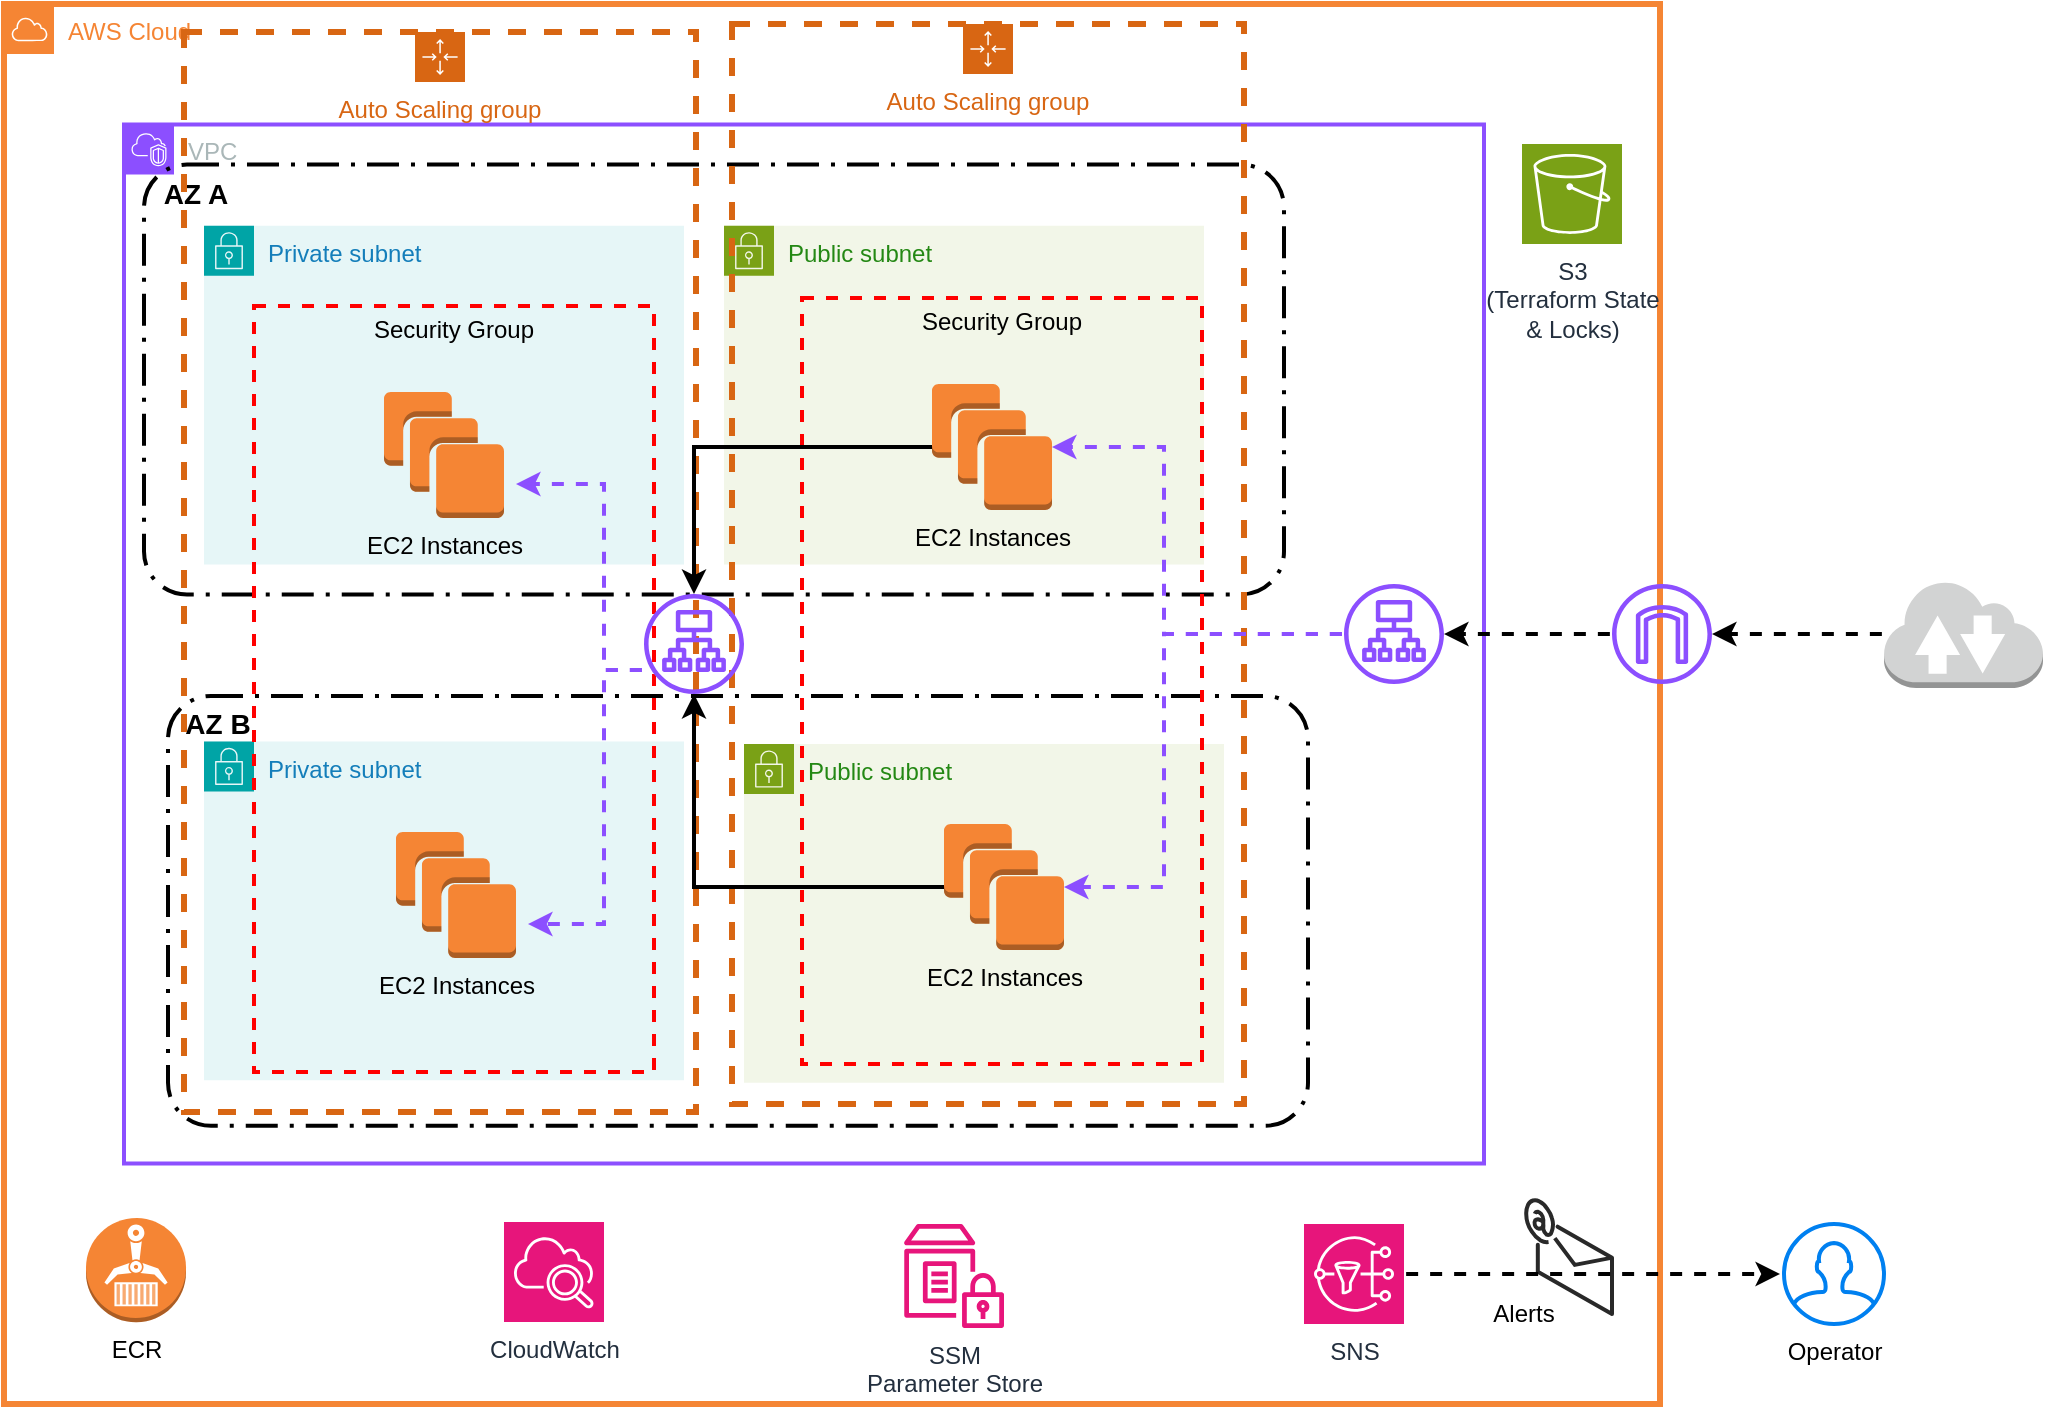
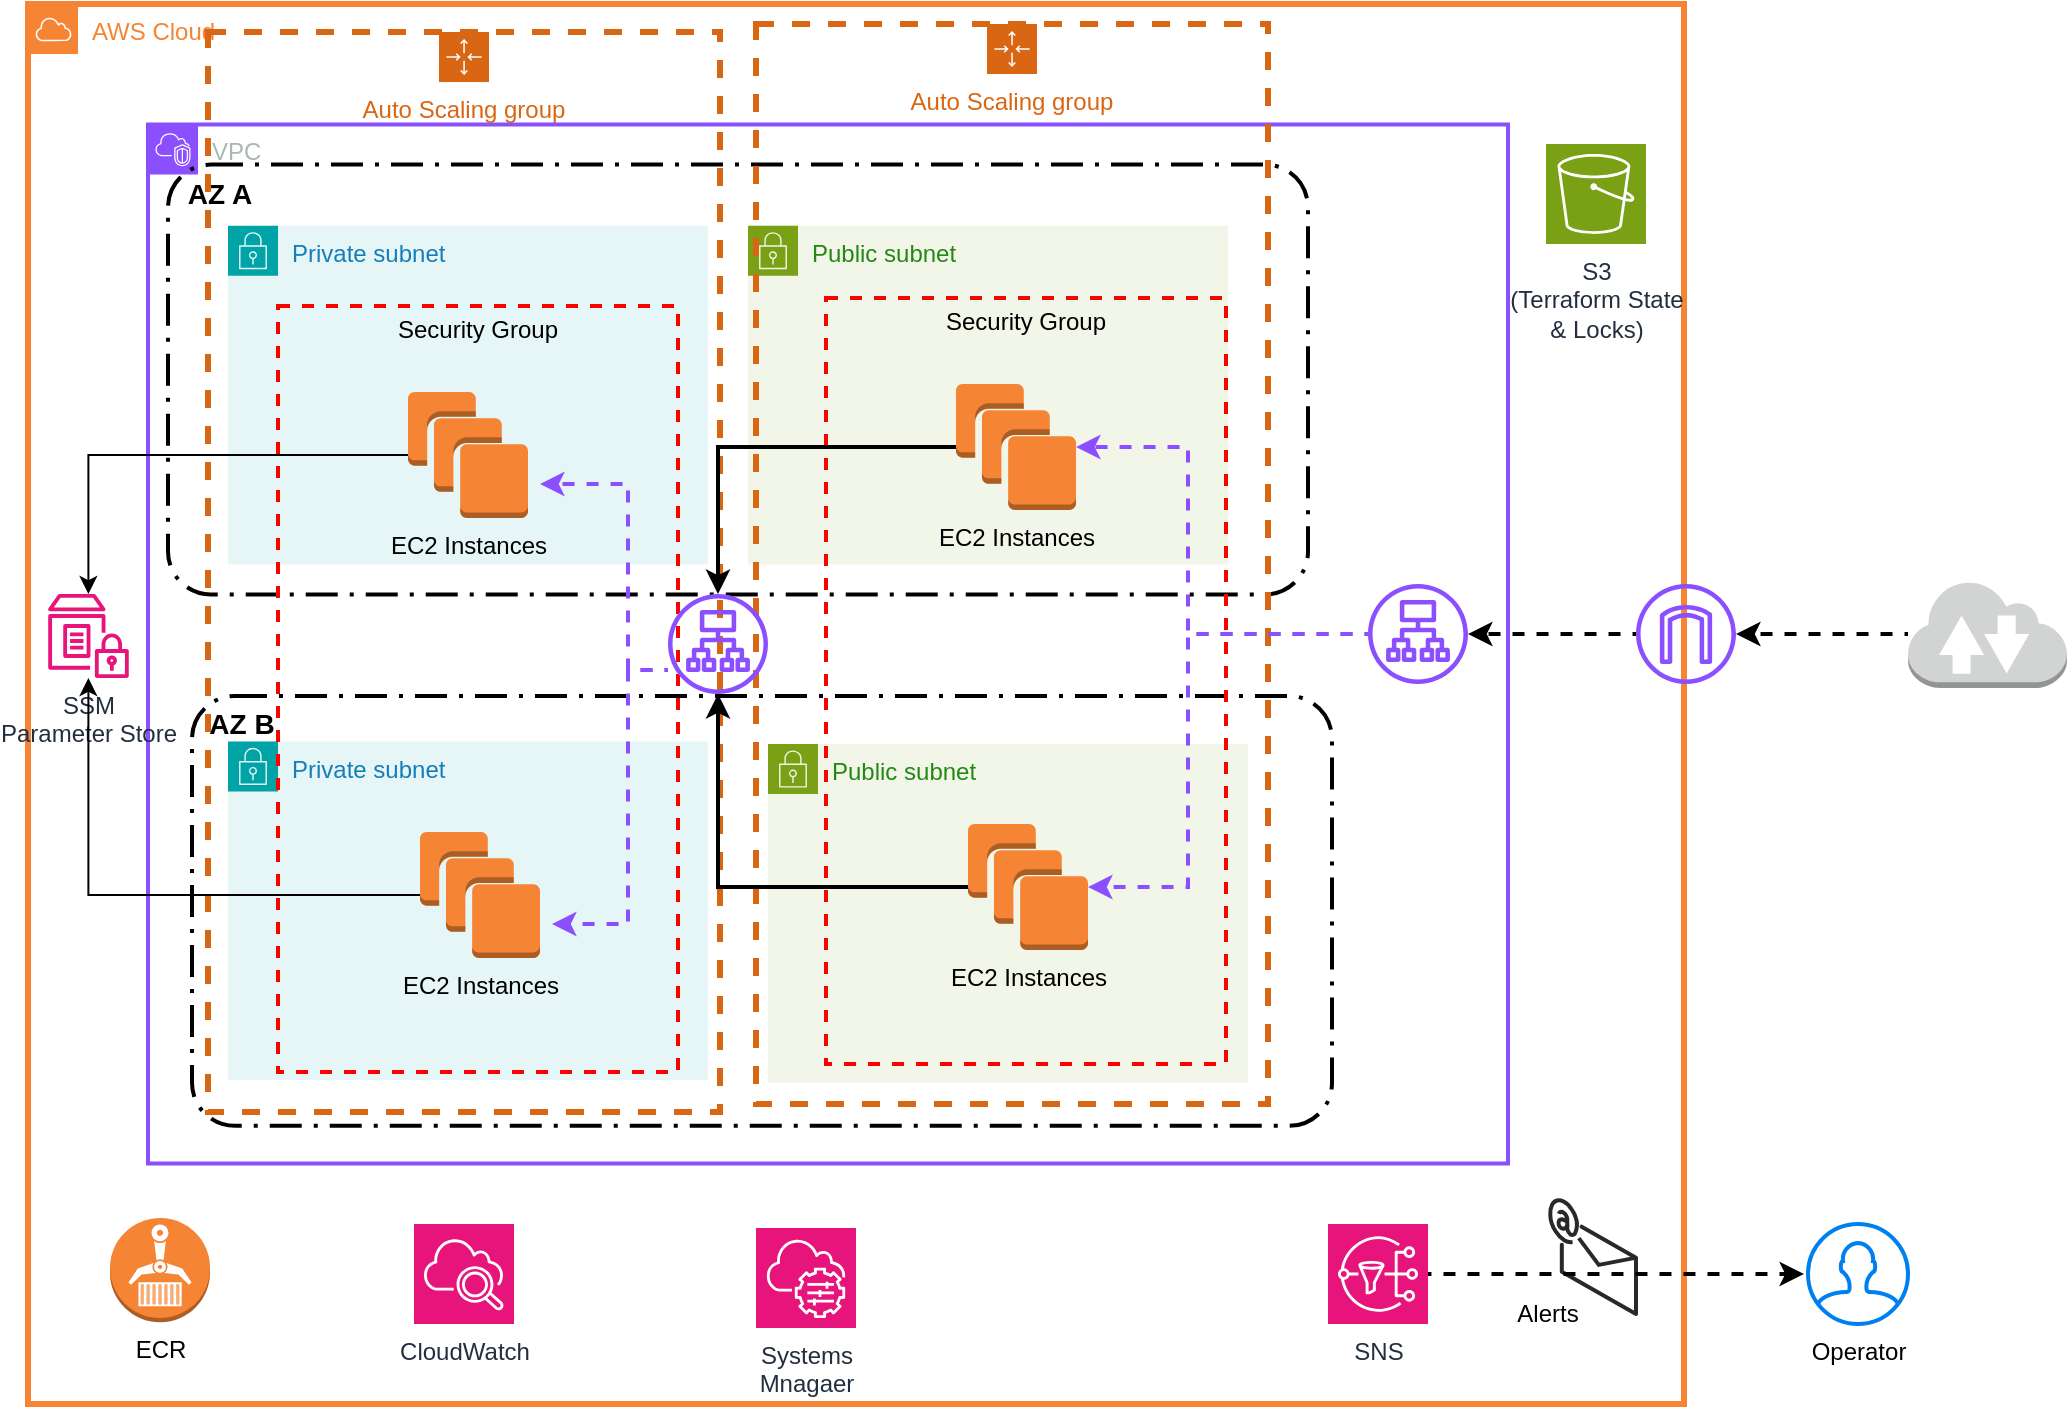
- <mxfile host="Electron" pages="2">
+ <mxfile host="Electron" pages="3">
  <diagram name="base.infra" id="Wlg3GRKtD0a5Hm-VBESS">
-     <mxGraphModel dx="1006" dy="749" grid="1" gridSize="10" guides="1" tooltips="1" connect="1" arrows="1" fold="1" page="1" pageScale="1" pageWidth="827" pageHeight="1169" math="0" shadow="0">
+     <mxGraphModel dx="1414" dy="850" grid="1" gridSize="10" guides="1" tooltips="1" connect="1" arrows="1" fold="1" page="1" pageScale="1" pageWidth="827" pageHeight="1169" math="0" shadow="0">
      <root>
        <mxCell id="0" />
        <mxCell id="1" parent="0" />
        <mxCell id="nsOT9R_EV_EPsh7IC3CZ-16" parent="1" style="points=[[0,0],[0.25,0],[0.5,0],[0.75,0],[1,0],[1,0.25],[1,0.5],[1,0.75],[1,1],[0.75,1],[0.5,1],[0.25,1],[0,1],[0,0.75],[0,0.5],[0,0.25]];outlineConnect=0;gradientColor=none;html=1;whiteSpace=wrap;fontSize=12;fontStyle=0;container=1;pointerEvents=0;collapsible=0;recursiveResize=0;shape=mxgraph.aws4.group;grIcon=mxgraph.aws4.group_security_group;grStroke=0;strokeColor=#7AA116;fillColor=#F2F6E8;verticalAlign=top;align=left;spacingLeft=30;fontColor=#248814;dashed=0;dropTarget=1;" value="Public subnet" vertex="1">
          <mxGeometry height="169.43" width="240" x="420" y="550" as="geometry" />
        </mxCell>
        <mxCell id="nsOT9R_EV_EPsh7IC3CZ-23" parent="1" style="rounded=1;arcSize=10;dashed=1;fillColor=none;gradientColor=none;dashPattern=8 3 1 3;strokeWidth=2;" value="" vertex="1">
          <mxGeometry height="214.93" width="570" x="132" y="526" as="geometry" />
        </mxCell>
        <mxCell id="nsOT9R_EV_EPsh7IC3CZ-1" parent="1" style="sketch=0;outlineConnect=0;gradientColor=none;html=1;whiteSpace=wrap;fontSize=12;fontStyle=0;shape=mxgraph.aws4.group;grIcon=mxgraph.aws4.group_aws_cloud;strokeColor=#F58534;fillColor=none;verticalAlign=top;align=left;spacingLeft=30;fontColor=#F58534;dashed=0;strokeWidth=3;container=1;dropTarget=1;collapsible=0;recursiveResize=0;" value="AWS Cloud" vertex="1">
          <mxGeometry height="700" width="828" x="50" y="180" as="geometry" />
        </mxCell>
        <mxCell id="nsOT9R_EV_EPsh7IC3CZ-3" parent="nsOT9R_EV_EPsh7IC3CZ-1" style="points=[[0,0],[0.25,0],[0.5,0],[0.75,0],[1,0],[1,0.25],[1,0.5],[1,0.75],[1,1],[0.75,1],[0.5,1],[0.25,1],[0,1],[0,0.75],[0,0.5],[0,0.25]];outlineConnect=0;gradientColor=none;html=1;whiteSpace=wrap;fontSize=12;fontStyle=0;container=1;pointerEvents=0;collapsible=0;recursiveResize=0;shape=mxgraph.aws4.group;grIcon=mxgraph.aws4.group_vpc2;strokeColor=#8C4FFF;fillColor=none;verticalAlign=top;align=left;spacingLeft=30;fontColor=#AAB7B8;dashed=0;strokeWidth=2;dropTarget=1;expand=0;" value="VPC" vertex="1">
          <mxGeometry height="519.43" width="680" x="60" y="60.29" as="geometry" />
        </mxCell>
        <mxCell id="nsOT9R_EV_EPsh7IC3CZ-4" parent="nsOT9R_EV_EPsh7IC3CZ-3" style="points=[[0,0],[0.25,0],[0.5,0],[0.75,0],[1,0],[1,0.25],[1,0.5],[1,0.75],[1,1],[0.75,1],[0.5,1],[0.25,1],[0,1],[0,0.75],[0,0.5],[0,0.25]];outlineConnect=0;gradientColor=none;html=1;whiteSpace=wrap;fontSize=12;fontStyle=0;container=1;pointerEvents=0;collapsible=0;recursiveResize=0;shape=mxgraph.aws4.group;grIcon=mxgraph.aws4.group_security_group;grStroke=0;strokeColor=#00A4A6;fillColor=#E6F6F7;verticalAlign=top;align=left;spacingLeft=30;fontColor=#147EBA;dashed=0;dropTarget=1;" value="Private subnet" vertex="1">
          <mxGeometry height="169.43" width="240" x="40" y="50.57" as="geometry" />
        </mxCell>
        <mxCell id="nsOT9R_EV_EPsh7IC3CZ-5" parent="nsOT9R_EV_EPsh7IC3CZ-3" style="points=[[0,0],[0.25,0],[0.5,0],[0.75,0],[1,0],[1,0.25],[1,0.5],[1,0.75],[1,1],[0.75,1],[0.5,1],[0.25,1],[0,1],[0,0.75],[0,0.5],[0,0.25]];outlineConnect=0;gradientColor=none;html=1;whiteSpace=wrap;fontSize=12;fontStyle=0;container=1;pointerEvents=0;collapsible=0;recursiveResize=0;shape=mxgraph.aws4.group;grIcon=mxgraph.aws4.group_security_group;grStroke=0;strokeColor=#7AA116;fillColor=#F2F6E8;verticalAlign=top;align=left;spacingLeft=30;fontColor=#248814;dashed=0;dropTarget=1;" value="Public subnet" vertex="1">
          <mxGeometry height="169.43" width="240" x="300" y="50.57" as="geometry" />
        </mxCell>
        <mxCell id="nsOT9R_EV_EPsh7IC3CZ-18" parent="nsOT9R_EV_EPsh7IC3CZ-3" style="points=[[0,0],[0.25,0],[0.5,0],[0.75,0],[1,0],[1,0.25],[1,0.5],[1,0.75],[1,1],[0.75,1],[0.5,1],[0.25,1],[0,1],[0,0.75],[0,0.5],[0,0.25]];outlineConnect=0;gradientColor=none;html=1;whiteSpace=wrap;fontSize=12;fontStyle=0;container=1;pointerEvents=0;collapsible=0;recursiveResize=0;shape=mxgraph.aws4.group;grIcon=mxgraph.aws4.group_security_group;grStroke=0;strokeColor=#00A4A6;fillColor=#E6F6F7;verticalAlign=top;align=left;spacingLeft=30;fontColor=#147EBA;dashed=0;dropTarget=1;" value="Private subnet" vertex="1">
          <mxGeometry height="169.43" width="240" x="40" y="308.42857142857144" as="geometry" />
        </mxCell>
        <mxCell id="nsOT9R_EV_EPsh7IC3CZ-20" parent="nsOT9R_EV_EPsh7IC3CZ-3" style="rounded=1;arcSize=10;dashed=1;fillColor=none;gradientColor=none;dashPattern=8 3 1 3;strokeWidth=2;" value="" vertex="1">
          <mxGeometry height="214.93" width="570" x="10" y="20" as="geometry" />
        </mxCell>
        <mxCell id="nsOT9R_EV_EPsh7IC3CZ-21" parent="nsOT9R_EV_EPsh7IC3CZ-3" style="text;html=1;whiteSpace=wrap;strokeColor=none;fillColor=none;align=center;verticalAlign=middle;rounded=0;fontStyle=1;fontSize=14;" value="AZ A" vertex="1">
          <mxGeometry height="30" width="60" x="6" y="20" as="geometry" />
        </mxCell>
        <mxCell id="nsOT9R_EV_EPsh7IC3CZ-22" parent="nsOT9R_EV_EPsh7IC3CZ-1" style="text;html=1;whiteSpace=wrap;strokeColor=none;fillColor=none;align=center;verticalAlign=middle;rounded=0;fontStyle=1;fontSize=14;" value="AZ B" vertex="1">
          <mxGeometry height="30" width="60" x="77" y="345" as="geometry" />
        </mxCell>
        <mxCell id="nsOT9R_EV_EPsh7IC3CZ-24" parent="nsOT9R_EV_EPsh7IC3CZ-1" style="points=[[0,0],[0.25,0],[0.5,0],[0.75,0],[1,0],[1,0.25],[1,0.5],[1,0.75],[1,1],[0.75,1],[0.5,1],[0.25,1],[0,1],[0,0.75],[0,0.5],[0,0.25]];outlineConnect=0;gradientColor=none;html=1;whiteSpace=wrap;fontSize=12;fontStyle=0;container=1;pointerEvents=0;collapsible=0;recursiveResize=0;shape=mxgraph.aws4.groupCenter;grIcon=mxgraph.aws4.group_auto_scaling_group;grStroke=1;strokeColor=#D86613;fillColor=none;verticalAlign=top;align=center;fontColor=#D86613;dashed=1;spacingTop=25;strokeWidth=3;" value="Auto Scaling group" vertex="1">
          <mxGeometry height="540" width="256" x="364" y="10" as="geometry" />
        </mxCell>
        <mxCell id="nsOT9R_EV_EPsh7IC3CZ-25" parent="nsOT9R_EV_EPsh7IC3CZ-24" style="fontStyle=0;verticalAlign=top;align=center;spacingTop=-2;fillColor=none;rounded=0;whiteSpace=wrap;html=1;strokeColor=#FF0000;strokeWidth=2;dashed=1;container=1;collapsible=0;expand=0;recursiveResize=0;" value="Security Group" vertex="1">
          <mxGeometry height="383" width="200" x="35" y="137" as="geometry" />
        </mxCell>
        <mxCell id="nsOT9R_EV_EPsh7IC3CZ-26" parent="nsOT9R_EV_EPsh7IC3CZ-25" style="outlineConnect=0;dashed=0;verticalLabelPosition=bottom;verticalAlign=top;align=center;html=1;shape=mxgraph.aws3.instances;fillColor=#F58534;gradientColor=none;" value="EC2 Instances" vertex="1">
          <mxGeometry height="63" width="60" x="65" y="43" as="geometry" />
        </mxCell>
        <mxCell id="nsOT9R_EV_EPsh7IC3CZ-27" parent="nsOT9R_EV_EPsh7IC3CZ-25" style="outlineConnect=0;dashed=0;verticalLabelPosition=bottom;verticalAlign=top;align=center;html=1;shape=mxgraph.aws3.instances;fillColor=#F58534;gradientColor=none;" value="EC2 Instances" vertex="1">
          <mxGeometry height="63" width="60" x="71" y="263" as="geometry" />
        </mxCell>
        <mxCell id="nsOT9R_EV_EPsh7IC3CZ-28" parent="nsOT9R_EV_EPsh7IC3CZ-1" style="sketch=0;outlineConnect=0;fontColor=#232F3E;gradientColor=none;fillColor=#8C4FFF;strokeColor=none;dashed=0;verticalLabelPosition=bottom;verticalAlign=top;align=center;html=1;fontSize=12;fontStyle=0;aspect=fixed;pointerEvents=1;shape=mxgraph.aws4.application_load_balancer;" value="" vertex="1">
          <mxGeometry height="50" width="50" x="670" y="290" as="geometry" />
        </mxCell>
        <mxCell id="nsOT9R_EV_EPsh7IC3CZ-29" edge="1" parent="nsOT9R_EV_EPsh7IC3CZ-1" source="nsOT9R_EV_EPsh7IC3CZ-28" style="edgeStyle=orthogonalEdgeStyle;rounded=0;orthogonalLoop=1;jettySize=auto;html=1;entryX=1;entryY=0.5;entryDx=0;entryDy=0;entryPerimeter=0;strokeWidth=2;strokeColor=#8C4FFF;dashed=1;flowAnimation=1;" target="nsOT9R_EV_EPsh7IC3CZ-26">
          <mxGeometry relative="1" as="geometry">
            <Array as="points">
              <mxPoint x="580" y="315" />
              <mxPoint x="580" y="222" />
            </Array>
          </mxGeometry>
        </mxCell>
        <mxCell id="nsOT9R_EV_EPsh7IC3CZ-30" edge="1" parent="nsOT9R_EV_EPsh7IC3CZ-1" source="nsOT9R_EV_EPsh7IC3CZ-28" style="edgeStyle=orthogonalEdgeStyle;rounded=0;orthogonalLoop=1;jettySize=auto;html=1;entryX=1;entryY=0.5;entryDx=0;entryDy=0;entryPerimeter=0;strokeWidth=2;strokeColor=#8C4FFF;dashed=1;flowAnimation=1;" target="nsOT9R_EV_EPsh7IC3CZ-27">
          <mxGeometry relative="1" as="geometry">
            <Array as="points">
              <mxPoint x="580" y="315" />
              <mxPoint x="580" y="442" />
            </Array>
          </mxGeometry>
        </mxCell>
        <mxCell id="nsOT9R_EV_EPsh7IC3CZ-33" edge="1" parent="nsOT9R_EV_EPsh7IC3CZ-1" source="nsOT9R_EV_EPsh7IC3CZ-31" style="edgeStyle=orthogonalEdgeStyle;rounded=0;orthogonalLoop=1;jettySize=auto;html=1;strokeWidth=2;dashed=1;flowAnimation=1;" target="nsOT9R_EV_EPsh7IC3CZ-28">
          <mxGeometry relative="1" as="geometry" />
        </mxCell>
        <mxCell id="nsOT9R_EV_EPsh7IC3CZ-31" parent="nsOT9R_EV_EPsh7IC3CZ-1" style="sketch=0;outlineConnect=0;fontColor=#232F3E;gradientColor=none;fillColor=#8C4FFF;strokeColor=none;dashed=0;verticalLabelPosition=bottom;verticalAlign=top;align=center;html=1;fontSize=12;fontStyle=0;aspect=fixed;pointerEvents=1;shape=mxgraph.aws4.internet_gateway;" value="" vertex="1">
          <mxGeometry height="50" width="50" x="804" y="290" as="geometry" />
        </mxCell>
        <mxCell id="r-5KPK1cjB6c5gKl7f75-2" parent="nsOT9R_EV_EPsh7IC3CZ-1" style="points=[[0,0],[0.25,0],[0.5,0],[0.75,0],[1,0],[1,0.25],[1,0.5],[1,0.75],[1,1],[0.75,1],[0.5,1],[0.25,1],[0,1],[0,0.75],[0,0.5],[0,0.25]];outlineConnect=0;gradientColor=none;html=1;whiteSpace=wrap;fontSize=12;fontStyle=0;container=1;pointerEvents=0;collapsible=0;recursiveResize=0;shape=mxgraph.aws4.groupCenter;grIcon=mxgraph.aws4.group_auto_scaling_group;grStroke=1;strokeColor=#D86613;fillColor=none;verticalAlign=top;align=center;fontColor=#D86613;dashed=1;spacingTop=25;strokeWidth=3;" value="Auto Scaling group" vertex="1">
          <mxGeometry height="540" width="256" x="90" y="14" as="geometry" />
        </mxCell>
        <mxCell id="r-5KPK1cjB6c5gKl7f75-3" parent="r-5KPK1cjB6c5gKl7f75-2" style="fontStyle=0;verticalAlign=top;align=center;spacingTop=-2;fillColor=none;rounded=0;whiteSpace=wrap;html=1;strokeColor=#FF0000;strokeWidth=2;dashed=1;container=1;collapsible=0;expand=0;recursiveResize=0;" value="Security Group" vertex="1">
          <mxGeometry height="383" width="200" x="35" y="137" as="geometry" />
        </mxCell>
        <mxCell id="r-5KPK1cjB6c5gKl7f75-4" parent="r-5KPK1cjB6c5gKl7f75-3" style="outlineConnect=0;dashed=0;verticalLabelPosition=bottom;verticalAlign=top;align=center;html=1;shape=mxgraph.aws3.instances;fillColor=#F58534;gradientColor=none;" value="EC2 Instances" vertex="1">
          <mxGeometry height="63" width="60" x="65" y="43" as="geometry" />
        </mxCell>
        <mxCell id="r-5KPK1cjB6c5gKl7f75-5" parent="r-5KPK1cjB6c5gKl7f75-3" style="outlineConnect=0;dashed=0;verticalLabelPosition=bottom;verticalAlign=top;align=center;html=1;shape=mxgraph.aws3.instances;fillColor=#F58534;gradientColor=none;" value="EC2 Instances" vertex="1">
          <mxGeometry height="63" width="60" x="71" y="263" as="geometry" />
        </mxCell>
        <mxCell id="r-5KPK1cjB6c5gKl7f75-7" edge="1" parent="r-5KPK1cjB6c5gKl7f75-3" source="r-5KPK1cjB6c5gKl7f75-6" style="edgeStyle=orthogonalEdgeStyle;rounded=0;orthogonalLoop=1;jettySize=auto;html=1;entryX=1;entryY=0.5;entryDx=0;entryDy=0;entryPerimeter=0;strokeWidth=2;strokeColor=#8C4FFF;dashed=1;flowAnimation=1;">
          <mxGeometry relative="1" as="geometry">
            <Array as="points">
              <mxPoint x="175" y="182" />
              <mxPoint x="175" y="89" />
            </Array>
            <mxPoint x="277" y="182" as="sourcePoint" />
            <mxPoint x="131" y="89" as="targetPoint" />
          </mxGeometry>
        </mxCell>
        <mxCell id="r-5KPK1cjB6c5gKl7f75-8" edge="1" parent="r-5KPK1cjB6c5gKl7f75-3" source="r-5KPK1cjB6c5gKl7f75-6" style="edgeStyle=orthogonalEdgeStyle;rounded=0;orthogonalLoop=1;jettySize=auto;html=1;entryX=1;entryY=0.5;entryDx=0;entryDy=0;entryPerimeter=0;strokeWidth=2;strokeColor=#8C4FFF;dashed=1;flowAnimation=1;">
          <mxGeometry relative="1" as="geometry">
            <Array as="points">
              <mxPoint x="175" y="182" />
              <mxPoint x="175" y="309" />
            </Array>
            <mxPoint x="277" y="182" as="sourcePoint" />
            <mxPoint x="137" y="309" as="targetPoint" />
          </mxGeometry>
        </mxCell>
        <mxCell id="r-5KPK1cjB6c5gKl7f75-6" parent="nsOT9R_EV_EPsh7IC3CZ-1" style="sketch=0;outlineConnect=0;fontColor=#232F3E;gradientColor=none;fillColor=#8C4FFF;strokeColor=none;dashed=0;verticalLabelPosition=bottom;verticalAlign=top;align=center;html=1;fontSize=12;fontStyle=0;aspect=fixed;pointerEvents=1;shape=mxgraph.aws4.application_load_balancer;" value="" vertex="1">
          <mxGeometry height="50" width="50" x="320" y="295" as="geometry" />
        </mxCell>
        <mxCell id="r-5KPK1cjB6c5gKl7f75-9" edge="1" parent="nsOT9R_EV_EPsh7IC3CZ-1" source="nsOT9R_EV_EPsh7IC3CZ-26" style="edgeStyle=orthogonalEdgeStyle;rounded=0;orthogonalLoop=1;jettySize=auto;html=1;strokeWidth=2;" target="r-5KPK1cjB6c5gKl7f75-6">
          <mxGeometry relative="1" as="geometry" />
        </mxCell>
        <mxCell id="r-5KPK1cjB6c5gKl7f75-10" edge="1" parent="nsOT9R_EV_EPsh7IC3CZ-1" source="nsOT9R_EV_EPsh7IC3CZ-27" style="edgeStyle=orthogonalEdgeStyle;rounded=0;orthogonalLoop=1;jettySize=auto;html=1;strokeWidth=2;" target="r-5KPK1cjB6c5gKl7f75-6">
          <mxGeometry relative="1" as="geometry" />
        </mxCell>
        <mxCell id="frvfOK20ST5srTL0oEHg-1" parent="nsOT9R_EV_EPsh7IC3CZ-1" style="outlineConnect=0;dashed=0;verticalLabelPosition=bottom;verticalAlign=top;align=center;html=1;shape=mxgraph.aws3.ecr;fillColor=#F58534;gradientColor=none;aspect=fixed;" value="ECR" vertex="1">
          <mxGeometry height="52.17" width="50" x="41" y="607" as="geometry" />
        </mxCell>
        <mxCell id="frvfOK20ST5srTL0oEHg-2" parent="nsOT9R_EV_EPsh7IC3CZ-1" style="sketch=0;points=[[0,0,0],[0.25,0,0],[0.5,0,0],[0.75,0,0],[1,0,0],[0,1,0],[0.25,1,0],[0.5,1,0],[0.75,1,0],[1,1,0],[0,0.25,0],[0,0.5,0],[0,0.75,0],[1,0.25,0],[1,0.5,0],[1,0.75,0]];points=[[0,0,0],[0.25,0,0],[0.5,0,0],[0.75,0,0],[1,0,0],[0,1,0],[0.25,1,0],[0.5,1,0],[0.75,1,0],[1,1,0],[0,0.25,0],[0,0.5,0],[0,0.75,0],[1,0.25,0],[1,0.5,0],[1,0.75,0]];outlineConnect=0;fontColor=#232F3E;fillColor=#E7157B;strokeColor=#ffffff;dashed=0;verticalLabelPosition=bottom;verticalAlign=top;align=center;html=1;fontSize=12;fontStyle=0;aspect=fixed;shape=mxgraph.aws4.resourceIcon;resIcon=mxgraph.aws4.cloudwatch_2;" value="CloudWatch" vertex="1">
-           <mxGeometry height="50" width="50" x="250" y="609" as="geometry" />
+           <mxGeometry height="50" width="50" x="193" y="610" as="geometry" />
        </mxCell>
        <mxCell id="frvfOK20ST5srTL0oEHg-3" parent="nsOT9R_EV_EPsh7IC3CZ-1" style="sketch=0;outlineConnect=0;fontColor=#232F3E;gradientColor=none;fillColor=#E7157B;strokeColor=none;dashed=0;verticalLabelPosition=bottom;verticalAlign=top;align=center;html=1;fontSize=12;fontStyle=0;aspect=fixed;pointerEvents=1;shape=mxgraph.aws4.parameter_store;" value="SSM&lt;div&gt;Parameter Store&lt;/div&gt;" vertex="1">
-           <mxGeometry height="52" width="50" x="450" y="610" as="geometry" />
+           <mxGeometry height="42" width="40.38" x="10" y="295" as="geometry" />
        </mxCell>
        <mxCell id="frvfOK20ST5srTL0oEHg-4" parent="nsOT9R_EV_EPsh7IC3CZ-1" style="sketch=0;points=[[0,0,0],[0.25,0,0],[0.5,0,0],[0.75,0,0],[1,0,0],[0,1,0],[0.25,1,0],[0.5,1,0],[0.75,1,0],[1,1,0],[0,0.25,0],[0,0.5,0],[0,0.75,0],[1,0.25,0],[1,0.5,0],[1,0.75,0]];outlineConnect=0;fontColor=#232F3E;fillColor=#E7157B;strokeColor=#ffffff;dashed=0;verticalLabelPosition=bottom;verticalAlign=top;align=center;html=1;fontSize=12;fontStyle=0;aspect=fixed;shape=mxgraph.aws4.resourceIcon;resIcon=mxgraph.aws4.sns;" value="SNS" vertex="1">
          <mxGeometry height="50" width="50" x="650" y="610" as="geometry" />
        </mxCell>
        <mxCell id="frvfOK20ST5srTL0oEHg-7" parent="nsOT9R_EV_EPsh7IC3CZ-1" style="verticalLabelPosition=bottom;html=1;verticalAlign=top;strokeWidth=1;align=center;outlineConnect=0;dashed=0;outlineConnect=0;shape=mxgraph.aws3d.email;aspect=fixed;strokeColor=#292929;" value="" vertex="1">
          <mxGeometry height="56.99999999999999" width="43" x="761" y="598" as="geometry" />
        </mxCell>
        <mxCell id="frvfOK20ST5srTL0oEHg-8" parent="nsOT9R_EV_EPsh7IC3CZ-1" style="text;html=1;whiteSpace=wrap;strokeColor=none;fillColor=none;align=center;verticalAlign=middle;rounded=0;" value="Alerts" vertex="1">
          <mxGeometry height="30" width="60" x="730" y="640" as="geometry" />
        </mxCell>
        <mxCell id="-DVUPz1qawv90jmeN7Wb-1" parent="nsOT9R_EV_EPsh7IC3CZ-1" style="sketch=0;points=[[0,0,0],[0.25,0,0],[0.5,0,0],[0.75,0,0],[1,0,0],[0,1,0],[0.25,1,0],[0.5,1,0],[0.75,1,0],[1,1,0],[0,0.25,0],[0,0.5,0],[0,0.75,0],[1,0.25,0],[1,0.5,0],[1,0.75,0]];outlineConnect=0;fontColor=#232F3E;fillColor=#7AA116;strokeColor=#ffffff;dashed=0;verticalLabelPosition=bottom;verticalAlign=top;align=center;html=1;fontSize=12;fontStyle=0;aspect=fixed;shape=mxgraph.aws4.resourceIcon;resIcon=mxgraph.aws4.s3;" value="S3&lt;div&gt;(Terraform State&lt;/div&gt;&lt;div&gt;&amp;amp; Locks)&lt;/div&gt;" vertex="1">
          <mxGeometry height="50" width="50" x="759" y="70" as="geometry" />
+         </mxCell>
+         <mxCell id="_2GsOh1Qsma_IqjzOuj9-1" edge="1" parent="nsOT9R_EV_EPsh7IC3CZ-1" source="r-5KPK1cjB6c5gKl7f75-4" style="edgeStyle=orthogonalEdgeStyle;rounded=0;orthogonalLoop=1;jettySize=auto;html=1;" target="frvfOK20ST5srTL0oEHg-3">
+           <mxGeometry relative="1" as="geometry" />
+         </mxCell>
+         <mxCell id="_2GsOh1Qsma_IqjzOuj9-2" edge="1" parent="nsOT9R_EV_EPsh7IC3CZ-1" source="r-5KPK1cjB6c5gKl7f75-5" style="edgeStyle=orthogonalEdgeStyle;rounded=0;orthogonalLoop=1;jettySize=auto;html=1;" target="frvfOK20ST5srTL0oEHg-3">
+           <mxGeometry relative="1" as="geometry" />
+         </mxCell>
+         <mxCell id="c2EFPQ-tCajZl5EmNixI-1" parent="nsOT9R_EV_EPsh7IC3CZ-1" style="sketch=0;points=[[0,0,0],[0.25,0,0],[0.5,0,0],[0.75,0,0],[1,0,0],[0,1,0],[0.25,1,0],[0.5,1,0],[0.75,1,0],[1,1,0],[0,0.25,0],[0,0.5,0],[0,0.75,0],[1,0.25,0],[1,0.5,0],[1,0.75,0]];points=[[0,0,0],[0.25,0,0],[0.5,0,0],[0.75,0,0],[1,0,0],[0,1,0],[0.25,1,0],[0.5,1,0],[0.75,1,0],[1,1,0],[0,0.25,0],[0,0.5,0],[0,0.75,0],[1,0.25,0],[1,0.5,0],[1,0.75,0]];outlineConnect=0;fontColor=#232F3E;fillColor=#E7157B;strokeColor=#ffffff;dashed=0;verticalLabelPosition=bottom;verticalAlign=top;align=center;html=1;fontSize=12;fontStyle=0;aspect=fixed;shape=mxgraph.aws4.resourceIcon;resIcon=mxgraph.aws4.systems_manager;" value="Systems&lt;div&gt;Mnagaer&lt;/div&gt;" vertex="1">
+           <mxGeometry height="50" width="50" x="364" y="612" as="geometry" />
        </mxCell>
        <mxCell id="nsOT9R_EV_EPsh7IC3CZ-35" edge="1" parent="1" source="nsOT9R_EV_EPsh7IC3CZ-34" style="edgeStyle=orthogonalEdgeStyle;rounded=0;orthogonalLoop=1;jettySize=auto;html=1;strokeWidth=2;dashed=1;flowAnimation=1;" target="nsOT9R_EV_EPsh7IC3CZ-31">
          <mxGeometry relative="1" as="geometry" />
        </mxCell>
        <mxCell id="nsOT9R_EV_EPsh7IC3CZ-34" parent="1" style="outlineConnect=0;dashed=0;verticalLabelPosition=bottom;verticalAlign=top;align=center;html=1;shape=mxgraph.aws3.internet_2;fillColor=#D2D3D3;gradientColor=none;" value="" vertex="1">
          <mxGeometry height="54" width="79.5" x="990" y="468" as="geometry" />
        </mxCell>
        <mxCell id="frvfOK20ST5srTL0oEHg-5" parent="1" style="html=1;verticalLabelPosition=bottom;align=center;labelBackgroundColor=#ffffff;verticalAlign=top;strokeWidth=2;strokeColor=#0080F0;shadow=0;dashed=0;shape=mxgraph.ios7.icons.user;aspect=fixed;" value="Operator" vertex="1">
          <mxGeometry height="50" width="50" x="940" y="790" as="geometry" />
        </mxCell>
        <mxCell id="frvfOK20ST5srTL0oEHg-6" edge="1" parent="1" source="frvfOK20ST5srTL0oEHg-4" style="edgeStyle=orthogonalEdgeStyle;rounded=0;orthogonalLoop=1;jettySize=auto;html=1;entryX=-0.04;entryY=0.5;entryDx=0;entryDy=0;entryPerimeter=0;strokeWidth=2;dashed=1;flowAnimation=1;" target="frvfOK20ST5srTL0oEHg-5">
          <mxGeometry relative="1" as="geometry" />
        </mxCell>
      </root>
    </mxGraphModel>
  </diagram>
  <diagram id="eBVx31AWAEsT7nuV6IbC" name="cicd.docker">
    <mxGraphModel dx="1118" dy="832" grid="1" gridSize="10" guides="1" tooltips="1" connect="1" arrows="1" fold="1" page="1" pageScale="1" pageWidth="827" pageHeight="1169" math="0" shadow="0">
      <root>
        <mxCell id="0" />
        <mxCell id="1" parent="0" />
        <mxCell id="3spYDltQkjSnrDjDbDkx-3" parent="1" style="sketch=0;outlineConnect=0;gradientColor=none;html=1;whiteSpace=wrap;fontSize=12;fontStyle=0;shape=mxgraph.aws4.group;grIcon=mxgraph.aws4.group_aws_cloud;strokeColor=#F58534;fillColor=none;verticalAlign=top;align=left;spacingLeft=30;fontColor=#F58534;dashed=0;strokeWidth=3;container=1;dropTarget=1;collapsible=0;recursiveResize=0;" value="AWS Cloud" vertex="1">
          <mxGeometry height="260" width="650" x="610" y="1090" as="geometry" />
        </mxCell>
        <mxCell id="MLImxJn-EwaZwAPiTnrv-2" parent="3spYDltQkjSnrDjDbDkx-3" style="rounded=0;whiteSpace=wrap;html=1;fillColor=none;dropTarget=1;container=1;collapsible=0;strokeWidth=2;" value="" vertex="1">
          <mxGeometry height="170" width="240" x="391" y="44" as="geometry" />
        </mxCell>
        <mxCell id="MLImxJn-EwaZwAPiTnrv-3" parent="MLImxJn-EwaZwAPiTnrv-2" style="sketch=0;points=[[0,0,0],[0.25,0,0],[0.5,0,0],[0.75,0,0],[1,0,0],[0,1,0],[0.25,1,0],[0.5,1,0],[0.75,1,0],[1,1,0],[0,0.25,0],[0,0.5,0],[0,0.75,0],[1,0.25,0],[1,0.5,0],[1,0.75,0]];outlineConnect=0;fontColor=#232F3E;fillColor=#ED7100;strokeColor=#ffffff;dashed=0;verticalLabelPosition=bottom;verticalAlign=top;align=center;html=1;fontSize=12;fontStyle=0;aspect=fixed;shape=mxgraph.aws4.resourceIcon;resIcon=mxgraph.aws4.ecr;" value="" vertex="1">
          <mxGeometry height="50" width="50" x="1.2" as="geometry" />
        </mxCell>
        <mxCell id="MLImxJn-EwaZwAPiTnrv-4" parent="MLImxJn-EwaZwAPiTnrv-2" style="text;html=1;whiteSpace=wrap;strokeColor=none;fillColor=none;align=center;verticalAlign=middle;rounded=0;" value="Elastic Container Registry" vertex="1">
          <mxGeometry height="30" width="180" x="57.599999999999994" y="-2" as="geometry" />
        </mxCell>
        <mxCell id="MLImxJn-EwaZwAPiTnrv-5" parent="MLImxJn-EwaZwAPiTnrv-2" style="rounded=0;whiteSpace=wrap;html=1;" value="UI Repo" vertex="1">
          <mxGeometry height="49" width="80" x="10" y="80" as="geometry" />
        </mxCell>
        <mxCell id="MLImxJn-EwaZwAPiTnrv-6" parent="MLImxJn-EwaZwAPiTnrv-2" style="rounded=0;whiteSpace=wrap;html=1;" value="Backend Repo" vertex="1">
          <mxGeometry height="49" width="80" x="150" y="80" as="geometry" />
        </mxCell>
        <mxCell id="MLImxJn-EwaZwAPiTnrv-25" edge="1" parent="3spYDltQkjSnrDjDbDkx-3" source="MLImxJn-EwaZwAPiTnrv-8" style="edgeStyle=orthogonalEdgeStyle;rounded=0;orthogonalLoop=1;jettySize=auto;html=1;" target="MLImxJn-EwaZwAPiTnrv-9">
          <mxGeometry relative="1" as="geometry" />
        </mxCell>
        <mxCell id="MLImxJn-EwaZwAPiTnrv-8" parent="3spYDltQkjSnrDjDbDkx-3" style="sketch=0;outlineConnect=0;fontColor=#232F3E;gradientColor=none;fillColor=#DD344C;strokeColor=none;dashed=0;verticalLabelPosition=bottom;verticalAlign=top;align=center;html=1;fontSize=12;fontStyle=0;aspect=fixed;pointerEvents=1;shape=mxgraph.aws4.sts_alternate;" value="" vertex="1">
          <mxGeometry height="62.9" width="50" x="230" y="44" as="geometry" />
        </mxCell>
        <mxCell id="MLImxJn-EwaZwAPiTnrv-9" parent="3spYDltQkjSnrDjDbDkx-3" style="sketch=0;outlineConnect=0;fontColor=#232F3E;gradientColor=none;fillColor=#DD344C;strokeColor=none;dashed=0;verticalLabelPosition=bottom;verticalAlign=top;align=center;html=1;fontSize=12;fontStyle=0;aspect=fixed;pointerEvents=1;shape=mxgraph.aws4.role;" value="IAM Role" vertex="1">
          <mxGeometry height="44" width="78" x="216" y="180" as="geometry" />
        </mxCell>
        <mxCell id="MLImxJn-EwaZwAPiTnrv-10" parent="3spYDltQkjSnrDjDbDkx-3" style="image;aspect=fixed;perimeter=ellipsePerimeter;html=1;align=center;shadow=0;dashed=0;fontColor=#4277BB;labelBackgroundColor=default;fontSize=12;spacingTop=3;image=img/lib/ibm/security/identity_provider.svg;" value="GitHub OIDC&lt;div&gt;Provider&lt;/div&gt;" vertex="1">
          <mxGeometry height="60" width="60" x="80" y="44" as="geometry" />
        </mxCell>
        <mxCell id="3spYDltQkjSnrDjDbDkx-20" parent="1" style="rounded=0;whiteSpace=wrap;html=1;fillColor=none;strokeWidth=3;container=1;dropTarget=1;collapsible=0;recursiveResize=1;" value="" vertex="1">
          <mxGeometry height="400" width="1020" x="240" y="620" as="geometry" />
        </mxCell>
        <mxCell id="3spYDltQkjSnrDjDbDkx-21" parent="3spYDltQkjSnrDjDbDkx-20" style="dashed=0;outlineConnect=0;html=1;align=center;labelPosition=center;verticalLabelPosition=bottom;verticalAlign=top;shape=mxgraph.weblogos.github;aspect=fixed;" value="" vertex="1">
          <mxGeometry height="70.83333333333334" width="70.83333333333334" as="geometry" />
        </mxCell>
        <mxCell id="MLImxJn-EwaZwAPiTnrv-1" parent="3spYDltQkjSnrDjDbDkx-20" style="rounded=0;whiteSpace=wrap;html=1;container=1;dropTarget=1;collapsible=0;fillColor=none;dashed=1;strokeWidth=2;" value="" vertex="1">
          <mxGeometry height="340" width="530" x="460" y="30" as="geometry" />
        </mxCell>
        <mxCell id="MLImxJn-EwaZwAPiTnrv-14" parent="MLImxJn-EwaZwAPiTnrv-1" style="text;html=1;whiteSpace=wrap;strokeColor=none;fillColor=none;align=center;verticalAlign=middle;rounded=0;fontSize=14;fontStyle=1" value="GitHub Workflow" vertex="1">
          <mxGeometry height="56.66666666666666" width="206.11111111111114" x="161.94444444444443" as="geometry" />
        </mxCell>
        <mxCell id="MLImxJn-EwaZwAPiTnrv-27" edge="1" parent="MLImxJn-EwaZwAPiTnrv-1" source="MLImxJn-EwaZwAPiTnrv-19" style="edgeStyle=orthogonalEdgeStyle;rounded=0;orthogonalLoop=1;jettySize=auto;html=1;curved=1;" target="MLImxJn-EwaZwAPiTnrv-20">
          <mxGeometry relative="1" as="geometry" />
        </mxCell>
        <mxCell id="MLImxJn-EwaZwAPiTnrv-19" parent="MLImxJn-EwaZwAPiTnrv-1" style="rounded=0;whiteSpace=wrap;html=1;" value="Docker Build &amp;amp; Push&lt;div&gt;Action&lt;/div&gt;" vertex="1">
          <mxGeometry height="54.77777777777777" width="155.1219512195122" x="11.28127140633114" y="110.00111111111107" as="geometry" />
        </mxCell>
        <mxCell id="MLImxJn-EwaZwAPiTnrv-32" edge="1" parent="MLImxJn-EwaZwAPiTnrv-1" source="MLImxJn-EwaZwAPiTnrv-20" style="edgeStyle=orthogonalEdgeStyle;rounded=0;orthogonalLoop=1;jettySize=auto;html=1;entryX=0;entryY=0.5;entryDx=0;entryDy=0;" target="MLImxJn-EwaZwAPiTnrv-22">
          <mxGeometry relative="1" as="geometry" />
        </mxCell>
        <mxCell id="MLImxJn-EwaZwAPiTnrv-20" parent="MLImxJn-EwaZwAPiTnrv-1" style="rounded=0;whiteSpace=wrap;html=1;" value="Request OIDC Token" vertex="1">
          <mxGeometry height="54.78" width="135.31914893617022" x="101.48936170212765" y="230" as="geometry" />
        </mxCell>
        <mxCell id="MLImxJn-EwaZwAPiTnrv-31" edge="1" parent="MLImxJn-EwaZwAPiTnrv-1" source="MLImxJn-EwaZwAPiTnrv-22" style="edgeStyle=orthogonalEdgeStyle;rounded=0;orthogonalLoop=1;jettySize=auto;html=1;entryX=0.5;entryY=1;entryDx=0;entryDy=0;curved=1;" target="MLImxJn-EwaZwAPiTnrv-29">
          <mxGeometry relative="1" as="geometry" />
        </mxCell>
        <mxCell id="MLImxJn-EwaZwAPiTnrv-22" parent="MLImxJn-EwaZwAPiTnrv-1" style="rounded=0;whiteSpace=wrap;html=1;" value="Assume IAM&lt;div&gt;Role&lt;/div&gt;" vertex="1">
          <mxGeometry height="54.78" width="135.31914893617022" x="282.06382978723406" y="230" as="geometry" />
        </mxCell>
        <mxCell id="MLImxJn-EwaZwAPiTnrv-33" edge="1" parent="MLImxJn-EwaZwAPiTnrv-1" source="MLImxJn-EwaZwAPiTnrv-29" style="edgeStyle=orthogonalEdgeStyle;rounded=0;orthogonalLoop=1;jettySize=auto;html=1;entryX=0;entryY=0.5;entryDx=0;entryDy=0;" target="MLImxJn-EwaZwAPiTnrv-30">
          <mxGeometry relative="1" as="geometry" />
        </mxCell>
        <mxCell id="MLImxJn-EwaZwAPiTnrv-29" parent="MLImxJn-EwaZwAPiTnrv-1" style="rounded=0;whiteSpace=wrap;html=1;" value="Docker&amp;nbsp;&lt;div&gt;Build&lt;/div&gt;" vertex="1">
          <mxGeometry height="44.78" width="89.96468085106383" x="270.00382978723405" y="110" as="geometry" />
        </mxCell>
        <mxCell id="MLImxJn-EwaZwAPiTnrv-30" parent="MLImxJn-EwaZwAPiTnrv-1" style="rounded=0;whiteSpace=wrap;html=1;" value="Push&lt;div&gt;To&lt;/div&gt;&lt;div&gt;ECR&lt;/div&gt;" vertex="1">
          <mxGeometry height="44.78" width="89.96468085106383" x="430.0040425531915" y="110.00000000000003" as="geometry" />
        </mxCell>
        <mxCell id="MLImxJn-EwaZwAPiTnrv-13" edge="1" parent="3spYDltQkjSnrDjDbDkx-20" source="MLImxJn-EwaZwAPiTnrv-11" style="edgeStyle=orthogonalEdgeStyle;rounded=0;orthogonalLoop=1;jettySize=auto;html=1;entryX=0;entryY=0.5;entryDx=0;entryDy=0;" target="MLImxJn-EwaZwAPiTnrv-12">
          <mxGeometry relative="1" as="geometry" />
        </mxCell>
        <mxCell id="MLImxJn-EwaZwAPiTnrv-11" parent="3spYDltQkjSnrDjDbDkx-20" style="html=1;shape=mxgraph.infographic.ribbonSimple;notch1=20;notch2=0;align=center;verticalAlign=middle;fontSize=14;fontStyle=0;fillColor=#FFFFFF;flipH=0;spacingRight=0;spacingLeft=14;whiteSpace=wrap;" value="Event: Merged PR" vertex="1">
          <mxGeometry height="40" width="150" x="10" y="160" as="geometry" />
        </mxCell>
        <mxCell id="MLImxJn-EwaZwAPiTnrv-17" edge="1" parent="3spYDltQkjSnrDjDbDkx-20" source="MLImxJn-EwaZwAPiTnrv-12" style="edgeStyle=orthogonalEdgeStyle;rounded=0;orthogonalLoop=1;jettySize=auto;html=1;entryX=0;entryY=0.5;entryDx=0;entryDy=0;" target="MLImxJn-EwaZwAPiTnrv-15">
          <mxGeometry relative="1" as="geometry">
            <Array as="points">
              <mxPoint x="250" y="75" />
            </Array>
          </mxGeometry>
        </mxCell>
        <mxCell id="MLImxJn-EwaZwAPiTnrv-18" edge="1" parent="3spYDltQkjSnrDjDbDkx-20" source="MLImxJn-EwaZwAPiTnrv-12" style="edgeStyle=orthogonalEdgeStyle;rounded=0;orthogonalLoop=1;jettySize=auto;html=1;entryX=0;entryY=0.5;entryDx=0;entryDy=0;" target="MLImxJn-EwaZwAPiTnrv-16">
          <mxGeometry relative="1" as="geometry">
            <Array as="points">
              <mxPoint x="250" y="284" />
            </Array>
          </mxGeometry>
        </mxCell>
        <mxCell id="MLImxJn-EwaZwAPiTnrv-12" parent="3spYDltQkjSnrDjDbDkx-20" style="rhombus;whiteSpace=wrap;html=1;" value="UI&lt;div&gt;or&lt;br&gt;Backend&lt;/div&gt;" vertex="1">
          <mxGeometry height="90" width="100" x="200" y="135" as="geometry" />
        </mxCell>
        <mxCell id="MLImxJn-EwaZwAPiTnrv-35" edge="1" parent="3spYDltQkjSnrDjDbDkx-20" source="MLImxJn-EwaZwAPiTnrv-15" style="edgeStyle=orthogonalEdgeStyle;rounded=0;orthogonalLoop=1;jettySize=auto;html=1;entryX=0.25;entryY=0;entryDx=0;entryDy=0;" target="MLImxJn-EwaZwAPiTnrv-19">
          <mxGeometry relative="1" as="geometry" />
        </mxCell>
        <mxCell id="MLImxJn-EwaZwAPiTnrv-15" parent="3spYDltQkjSnrDjDbDkx-20" style="rounded=0;whiteSpace=wrap;html=1;" value="Checkout UI&lt;div&gt;Code&lt;/div&gt;" vertex="1">
          <mxGeometry height="29" width="120" x="320" y="60" as="geometry" />
        </mxCell>
        <mxCell id="MLImxJn-EwaZwAPiTnrv-36" edge="1" parent="3spYDltQkjSnrDjDbDkx-20" source="MLImxJn-EwaZwAPiTnrv-16" style="edgeStyle=orthogonalEdgeStyle;rounded=0;orthogonalLoop=1;jettySize=auto;html=1;entryX=0.25;entryY=1;entryDx=0;entryDy=0;" target="MLImxJn-EwaZwAPiTnrv-19">
          <mxGeometry relative="1" as="geometry" />
        </mxCell>
        <mxCell id="MLImxJn-EwaZwAPiTnrv-16" parent="3spYDltQkjSnrDjDbDkx-20" style="rounded=0;whiteSpace=wrap;html=1;" value="Checkout Backend&lt;div&gt;Code&lt;/div&gt;" vertex="1">
          <mxGeometry height="29" width="120" x="320" y="270" as="geometry" />
        </mxCell>
        <mxCell id="MLImxJn-EwaZwAPiTnrv-21" edge="1" parent="1" source="MLImxJn-EwaZwAPiTnrv-20" style="edgeStyle=orthogonalEdgeStyle;rounded=0;orthogonalLoop=1;jettySize=auto;html=1;entryX=0.5;entryY=0;entryDx=0;entryDy=0;curved=1;" target="MLImxJn-EwaZwAPiTnrv-10">
          <mxGeometry relative="1" as="geometry" />
        </mxCell>
        <mxCell id="MLImxJn-EwaZwAPiTnrv-23" edge="1" parent="1" source="MLImxJn-EwaZwAPiTnrv-22" style="edgeStyle=orthogonalEdgeStyle;rounded=0;orthogonalLoop=1;jettySize=auto;html=1;curved=1;" target="MLImxJn-EwaZwAPiTnrv-8">
          <mxGeometry relative="1" as="geometry">
            <Array as="points">
              <mxPoint x="1000" y="1165" />
            </Array>
          </mxGeometry>
        </mxCell>
        <mxCell id="MLImxJn-EwaZwAPiTnrv-34" edge="1" parent="1" source="MLImxJn-EwaZwAPiTnrv-30" style="rounded=0;orthogonalLoop=1;jettySize=auto;html=1;entryX=0.426;entryY=-0.004;entryDx=0;entryDy=0;entryPerimeter=0;" target="MLImxJn-EwaZwAPiTnrv-4">
          <mxGeometry relative="1" as="geometry" />
        </mxCell>
      </root>
    </mxGraphModel>
  </diagram>
+   <diagram id="zAUspiBGLGhqjlrbZweL" name="ssm.automation">
+     <mxGraphModel dx="1184" dy="881" grid="1" gridSize="10" guides="1" tooltips="1" connect="1" arrows="1" fold="1" page="1" pageScale="1" pageWidth="827" pageHeight="1169" math="0" shadow="0">
+       <root>
+         <mxCell id="0" />
+         <mxCell id="1" parent="0" />
+       </root>
+     </mxGraphModel>
+   </diagram>
</mxfile>
